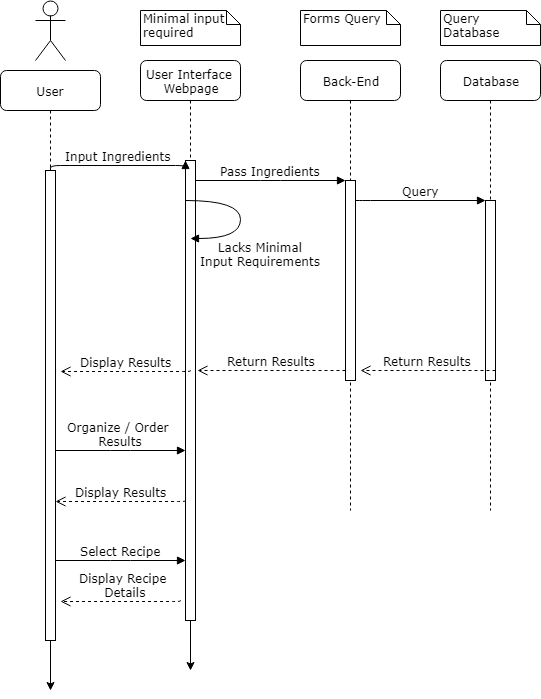
This is notes/SequenceDiagram.png from clovenski/complete-my-recipe, a draw.io export, as it was before one commit. Source tidied: cells renumbered, new cells last; positions are measured from the earlier drawing's top-left corner, leaving out a move shared by most shapes.
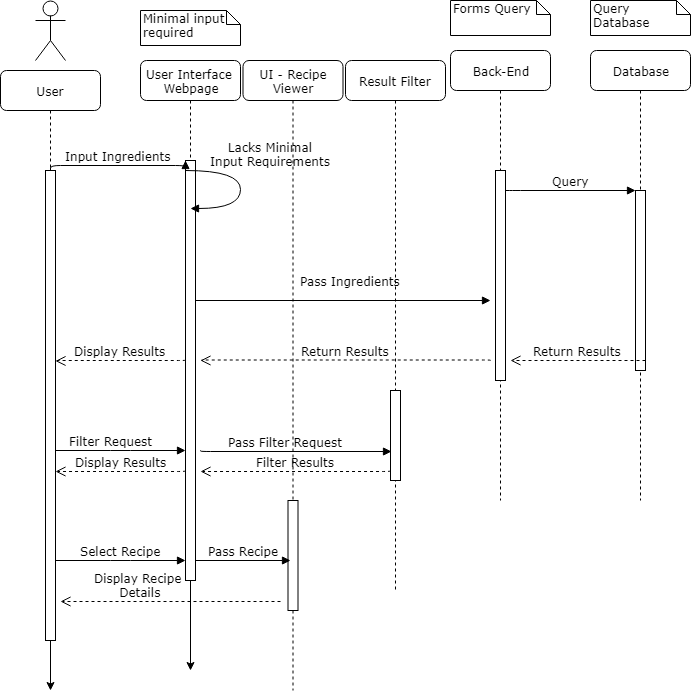
After the commit.

The edit, as a diff of the source:
```diff
@@ -3,22 +3,22 @@
     <mxCell id="0" />
     <mxCell id="1" parent="0" />
     <mxCell id="2" value="User Interface&amp;nbsp;&lt;br&gt;Webpage&lt;br&gt;" style="shape=umlLifeline;perimeter=lifelinePerimeter;whiteSpace=wrap;html=1;rounded=1;shadow=0;comic=0;labelBackgroundColor=none;strokeColor=#000000;strokeWidth=1;fillColor=#FFFFFF;fontFamily=Verdana;fontSize=12;fontColor=#000000;align=center;" parent="1" vertex="1">
-      <mxGeometry x="140" y="60" width="100" height="560" as="geometry" />
+      <mxGeometry x="-10" y="70" width="100" height="560" as="geometry" />
     </mxCell>
     <mxCell id="3" style="html=1;points=[];perimeter=orthogonalPerimeter;rounded=0;shadow=0;comic=0;labelBackgroundColor=none;strokeColor=#000000;strokeWidth=1;fillColor=#FFFFFF;fontFamily=Verdana;fontSize=12;fontColor=#000000;align=center;" parent="2" vertex="1">
-      <mxGeometry x="45" y="100" width="10" height="460" as="geometry" />
+      <mxGeometry x="45" y="100" width="10" height="420" as="geometry" />
     </mxCell>
     <mxCell id="4" value="Back-End" style="shape=umlLifeline;perimeter=lifelinePerimeter;whiteSpace=wrap;html=1;rounded=1;shadow=0;comic=0;labelBackgroundColor=none;strokeColor=#000000;strokeWidth=1;fillColor=#FFFFFF;fontFamily=Verdana;fontSize=12;fontColor=#000000;align=center;" parent="1" vertex="1">
       <mxGeometry x="300" y="60" width="100" height="450" as="geometry" />
     </mxCell>
     <mxCell id="5" style="html=1;points=[];perimeter=orthogonalPerimeter;rounded=0;shadow=0;comic=0;labelBackgroundColor=none;strokeColor=#000000;strokeWidth=1;fillColor=#FFFFFF;fontFamily=Verdana;fontSize=12;fontColor=#000000;align=center;" parent="4" vertex="1">
-      <mxGeometry x="45" y="120" width="10" height="200" as="geometry" />
+      <mxGeometry x="45" y="120" width="10" height="210" as="geometry" />
     </mxCell>
     <mxCell id="6" value="Database" style="shape=umlLifeline;perimeter=lifelinePerimeter;whiteSpace=wrap;html=1;rounded=1;shadow=0;comic=0;labelBackgroundColor=none;strokeColor=#000000;strokeWidth=1;fillColor=#FFFFFF;fontFamily=Verdana;fontSize=12;fontColor=#000000;align=center;" parent="1" vertex="1">
       <mxGeometry x="440" y="60" width="100" height="450" as="geometry" />
     </mxCell>
     <mxCell id="7" value="User" style="shape=umlLifeline;perimeter=lifelinePerimeter;whiteSpace=wrap;html=1;rounded=1;shadow=0;comic=0;labelBackgroundColor=none;strokeColor=#000000;strokeWidth=1;fillColor=#FFFFFF;fontFamily=Verdana;fontSize=12;fontColor=#000000;align=center;" parent="1" vertex="1">
-      <mxGeometry y="70" width="100" height="580" as="geometry" />
+      <mxGeometry x="-150" y="80" width="100" height="580" as="geometry" />
     </mxCell>
     <mxCell id="8" style="html=1;points=[];perimeter=orthogonalPerimeter;rounded=0;shadow=0;comic=0;labelBackgroundColor=none;strokeColor=#000000;strokeWidth=1;fillColor=#FFFFFF;fontFamily=Verdana;fontSize=12;fontColor=#000000;align=center;" parent="7" vertex="1">
       <mxGeometry x="45" y="100" width="10" height="470" as="geometry" />
@@ -47,11 +47,8 @@
     <mxCell id="12" value="Input Ingredients" style="html=1;verticalAlign=bottom;endArrow=block;entryX=0;entryY=0;labelBackgroundColor=none;fontFamily=Verdana;fontSize=12;edgeStyle=elbowEdgeStyle;elbow=vertical;" parent="1" edge="1" source="8" target="3">
       <mxGeometry relative="1" as="geometry" />
     </mxCell>
-    <mxCell id="13" value="Pass Ingredients" style="html=1;verticalAlign=bottom;endArrow=block;entryX=0;entryY=0;labelBackgroundColor=none;fontFamily=Verdana;fontSize=12;edgeStyle=elbowEdgeStyle;elbow=vertical;" parent="1" edge="1" source="3" target="5">
-      <mxGeometry relative="1" as="geometry" />
-    </mxCell>
     <mxCell id="14" value="Minimal input required" style="shape=note;whiteSpace=wrap;html=1;size=14;verticalAlign=top;align=left;spacingTop=-6;rounded=0;shadow=0;comic=0;labelBackgroundColor=none;strokeColor=#000000;strokeWidth=1;fillColor=#FFFFFF;fontFamily=Verdana;fontSize=12;fontColor=#000000;" parent="1" vertex="1">
-      <mxGeometry x="140" y="10" width="100" height="35" as="geometry" />
+      <mxGeometry x="-10" y="20" width="100" height="35" as="geometry" />
     </mxCell>
     <mxCell id="15" value="Forms Query" style="shape=note;whiteSpace=wrap;html=1;size=14;verticalAlign=top;align=left;spacingTop=-6;rounded=0;shadow=0;comic=0;labelBackgroundColor=none;strokeColor=#000000;strokeWidth=1;fillColor=#FFFFFF;fontFamily=Verdana;fontSize=12;fontColor=#000000;" parent="1" vertex="1">
       <mxGeometry x="300" y="10" width="100" height="35" as="geometry" />
@@ -60,64 +57,108 @@
       <mxGeometry x="440" y="10" width="100" height="35" as="geometry" />
     </mxCell>
     <mxCell id="17" value="Lacks Minimal&lt;br&gt;Input Requirements&lt;br&gt;" style="html=1;verticalAlign=bottom;endArrow=block;labelBackgroundColor=none;fontFamily=Verdana;fontSize=12;elbow=vertical;edgeStyle=orthogonalEdgeStyle;curved=1;entryX=1;entryY=0.286;entryPerimeter=0;exitX=1.038;exitY=0.345;exitPerimeter=0;" parent="1" edge="1">
-      <mxGeometry x="0.3" y="38" relative="1" as="geometry">
-        <mxPoint x="185" y="200" as="sourcePoint" />
-        <mxPoint x="190" y="238" as="targetPoint" />
+      <mxGeometry x="-0.23" y="30" relative="1" as="geometry">
+        <mxPoint x="35" y="180" as="sourcePoint" />
+        <mxPoint x="40" y="218" as="targetPoint" />
         <Array as="points">
-          <mxPoint x="240" y="200" />
-          <mxPoint x="240" y="238" />
+          <mxPoint x="90" y="180" />
+          <mxPoint x="90" y="218" />
         </Array>
-        <mxPoint x="20" y="-6" as="offset" />
       </mxGeometry>
     </mxCell>
-    <mxCell id="18" value="Return Results" style="html=1;verticalAlign=bottom;endArrow=open;dashed=1;endSize=8;labelBackgroundColor=none;fontFamily=Verdana;fontSize=12;edgeStyle=elbowEdgeStyle;elbow=vertical;" parent="1" edge="1">
-      <mxGeometry relative="1" as="geometry">
-        <mxPoint x="345" y="370" as="sourcePoint" />
-        <mxPoint x="197" y="370" as="targetPoint" />
-      </mxGeometry>
-    </mxCell>
-    <mxCell id="19" value="Display Results" style="html=1;verticalAlign=bottom;endArrow=open;dashed=1;endSize=8;labelBackgroundColor=none;fontFamily=Verdana;fontSize=12;edgeStyle=elbowEdgeStyle;elbow=vertical;" parent="1" edge="1">
-      <mxGeometry relative="1" as="geometry">
-        <mxPoint x="190" y="370" as="sourcePoint" />
-        <mxPoint x="60" y="371" as="targetPoint" />
-      </mxGeometry>
-    </mxCell>
-    <mxCell id="20" value="Organize / Order&amp;nbsp;&lt;br&gt;Results&lt;br&gt;" style="html=1;verticalAlign=bottom;endArrow=block;entryX=0;entryY=0;labelBackgroundColor=none;fontFamily=Verdana;fontSize=12;edgeStyle=elbowEdgeStyle;elbow=vertical;" parent="1" edge="1">
-      <mxGeometry relative="1" as="geometry">
-        <mxPoint x="55" y="450" as="sourcePoint" />
-        <mxPoint x="185" y="450" as="targetPoint" />
+    <mxCell id="20" value="Filter Request&lt;br&gt;" style="html=1;verticalAlign=bottom;endArrow=block;entryX=0;entryY=0;labelBackgroundColor=none;fontFamily=Verdana;fontSize=12;edgeStyle=elbowEdgeStyle;elbow=vertical;" parent="1" edge="1">
+      <mxGeometry y="-10" relative="1" as="geometry">
+        <mxPoint x="-95" y="460" as="sourcePoint" />
+        <mxPoint x="35" y="460" as="targetPoint" />
+        <mxPoint x="-10" y="-10" as="offset" />
       </mxGeometry>
     </mxCell>
     <mxCell id="21" value="Display Results" style="html=1;verticalAlign=bottom;endArrow=open;dashed=1;endSize=8;labelBackgroundColor=none;fontFamily=Verdana;fontSize=12;edgeStyle=elbowEdgeStyle;elbow=vertical;" parent="1" edge="1">
       <mxGeometry relative="1" as="geometry">
-        <mxPoint x="185" y="500" as="sourcePoint" />
-        <mxPoint x="55" y="501" as="targetPoint" />
+        <mxPoint x="35" y="369.5" as="sourcePoint" />
+        <mxPoint x="-95" y="370.5" as="targetPoint" />
       </mxGeometry>
     </mxCell>
     <mxCell id="22" style="shape=umlActor;verticalLabelPosition=bottom;labelBackgroundColor=#ffffff;verticalAlign=top;html=1;strokeColor=#000000;" parent="1" vertex="1">
-      <mxGeometry x="35" width="30" height="60" as="geometry" />
+      <mxGeometry x="-115" y="10" width="30" height="60" as="geometry" />
     </mxCell>
     <mxCell id="23" style="edgeStyle=orthogonalEdgeStyle;rounded=0;jettySize=auto;html=1;" parent="1" edge="1" source="3">
       <mxGeometry relative="1" as="geometry">
-        <mxPoint x="190" y="670" as="targetPoint" />
+        <mxPoint x="40" y="680" as="targetPoint" />
       </mxGeometry>
     </mxCell>
     <mxCell id="24" value="Select Recipe&lt;br&gt;" style="html=1;verticalAlign=bottom;endArrow=block;entryX=0;entryY=0;labelBackgroundColor=none;fontFamily=Verdana;fontSize=12;edgeStyle=elbowEdgeStyle;elbow=vertical;" parent="1" edge="1">
       <mxGeometry relative="1" as="geometry">
-        <mxPoint x="55" y="560" as="sourcePoint" />
-        <mxPoint x="185" y="560" as="targetPoint" />
+        <mxPoint x="-95" y="570" as="sourcePoint" />
+        <mxPoint x="35" y="570" as="targetPoint" />
       </mxGeometry>
     </mxCell>
     <mxCell id="25" value="Display Recipe&amp;nbsp;&lt;br&gt;Details&lt;br&gt;" style="html=1;verticalAlign=bottom;endArrow=open;dashed=1;endSize=8;labelBackgroundColor=none;fontFamily=Verdana;fontSize=12;edgeStyle=elbowEdgeStyle;elbow=vertical;" parent="1" edge="1">
-      <mxGeometry x="-0.07" relative="1" as="geometry">
-        <mxPoint x="180" y="600" as="sourcePoint" />
-        <mxPoint x="60" y="601" as="targetPoint" />
+      <mxGeometry x="0.27" relative="1" as="geometry">
+        <mxPoint x="130" y="611" as="sourcePoint" />
+        <mxPoint x="-90" y="611" as="targetPoint" />
       </mxGeometry>
     </mxCell>
     <mxCell id="26" style="edgeStyle=orthogonalEdgeStyle;rounded=0;jettySize=auto;html=1;" parent="1" edge="1" source="8">
       <mxGeometry relative="1" as="geometry">
-        <mxPoint x="50" y="690" as="targetPoint" />
+        <mxPoint x="-100" y="700" as="targetPoint" />
       </mxGeometry>
     </mxCell>
+    <mxCell id="13" value="Pass Ingredients&lt;br&gt;" style="html=1;verticalAlign=bottom;endArrow=block;labelBackgroundColor=none;fontFamily=Verdana;fontSize=12;edgeStyle=elbowEdgeStyle;elbow=vertical;" parent="1" edge="1">
+      <mxGeometry x="0.05" y="10" relative="1" as="geometry">
+        <mxPoint x="45" y="310" as="sourcePoint" />
+        <mxPoint x="340" y="310" as="targetPoint" />
+      </mxGeometry>
+    </mxCell>
+    <mxCell id="27" value="UI - Recipe Viewer" style="shape=umlLifeline;perimeter=lifelinePerimeter;whiteSpace=wrap;html=1;rounded=1;shadow=0;comic=0;labelBackgroundColor=none;strokeColor=#000000;strokeWidth=1;fillColor=#FFFFFF;fontFamily=Verdana;fontSize=12;fontColor=#000000;align=center;" parent="1" vertex="1">
+      <mxGeometry x="92.5" y="70" width="100" height="630" as="geometry" />
+    </mxCell>
+    <mxCell id="28" style="html=1;perimeter=orthogonalPerimeter;rounded=0;shadow=0;comic=0;labelBackgroundColor=none;strokeColor=#000000;strokeWidth=1;fillColor=#FFFFFF;fontFamily=Verdana;fontSize=12;fontColor=#000000;align=center;" parent="27" vertex="1">
+      <mxGeometry x="45" y="440" width="10" height="110" as="geometry" />
+    </mxCell>
+    <mxCell id="18" value="Return Results" style="html=1;verticalAlign=bottom;endArrow=open;dashed=1;endSize=8;labelBackgroundColor=none;fontFamily=Verdana;fontSize=12;edgeStyle=elbowEdgeStyle;elbow=vertical;" parent="1" edge="1">
+      <mxGeometry relative="1" as="geometry">
+        <mxPoint x="340" y="370" as="sourcePoint" />
+        <mxPoint x="50" y="370" as="targetPoint" />
+        <Array as="points">
+          <mxPoint x="275" y="369.5" />
+          <mxPoint x="245" y="369.5" />
+          <mxPoint x="275" y="369.5" />
+        </Array>
+      </mxGeometry>
+    </mxCell>
+    <mxCell id="29" value="Result Filter" style="shape=umlLifeline;perimeter=lifelinePerimeter;whiteSpace=wrap;html=1;rounded=1;shadow=0;comic=0;labelBackgroundColor=none;strokeColor=#000000;strokeWidth=1;fillColor=#FFFFFF;fontFamily=Verdana;fontSize=12;fontColor=#000000;align=center;" parent="1" vertex="1">
+      <mxGeometry x="195" y="70" width="100" height="530" as="geometry" />
+    </mxCell>
+    <mxCell id="30" style="html=1;points=[];perimeter=orthogonalPerimeter;rounded=0;shadow=0;comic=0;labelBackgroundColor=none;strokeColor=#000000;strokeWidth=1;fillColor=#FFFFFF;fontFamily=Verdana;fontSize=12;fontColor=#000000;align=center;" parent="29" vertex="1">
+      <mxGeometry x="45" y="330" width="10" height="90" as="geometry" />
+    </mxCell>
+    <mxCell id="31" value="Pass Recipe&lt;br&gt;" style="html=1;verticalAlign=bottom;endArrow=block;labelBackgroundColor=none;fontFamily=Verdana;fontSize=12;edgeStyle=elbowEdgeStyle;elbow=vertical;" parent="1" edge="1">
+      <mxGeometry relative="1" as="geometry">
+        <mxPoint x="45" y="570" as="sourcePoint" />
+        <mxPoint x="140" y="570" as="targetPoint" />
+      </mxGeometry>
+    </mxCell>
+    <mxCell id="32" value="Pass Filter Request&lt;br&gt;" style="html=1;verticalAlign=bottom;endArrow=block;labelBackgroundColor=none;fontFamily=Verdana;fontSize=12;edgeStyle=elbowEdgeStyle;elbow=vertical;entryX=0.1;entryY=0.678;entryDx=0;entryDy=0;entryPerimeter=0;" parent="1" edge="1" target="30">
+      <mxGeometry y="-10" relative="1" as="geometry">
+        <mxPoint x="50" y="460" as="sourcePoint" />
+        <mxPoint x="-10" y="-10" as="offset" />
+      </mxGeometry>
+    </mxCell>
+    <mxCell id="33" value="Filter Results" style="html=1;verticalAlign=bottom;endArrow=open;dashed=1;endSize=8;labelBackgroundColor=none;fontFamily=Verdana;fontSize=12;edgeStyle=elbowEdgeStyle;elbow=vertical;" parent="1" edge="1">
+      <mxGeometry relative="1" as="geometry">
+        <mxPoint x="240" y="480" as="sourcePoint" />
+        <mxPoint x="50" y="481" as="targetPoint" />
+        <Array as="points">
+          <mxPoint x="272.5" y="481" />
+        </Array>
+      </mxGeometry>
+    </mxCell>
+    <mxCell id="19" value="Display Results" style="html=1;verticalAlign=bottom;endArrow=open;dashed=1;endSize=8;labelBackgroundColor=none;fontFamily=Verdana;fontSize=12;edgeStyle=elbowEdgeStyle;elbow=vertical;" parent="1" edge="1">
+      <mxGeometry relative="1" as="geometry">
+        <mxPoint x="35" y="480" as="sourcePoint" />
+        <mxPoint x="-95" y="481" as="targetPoint" />
+      </mxGeometry>
+    </mxCell>
   </root>
 </mxGraphModel>
```
